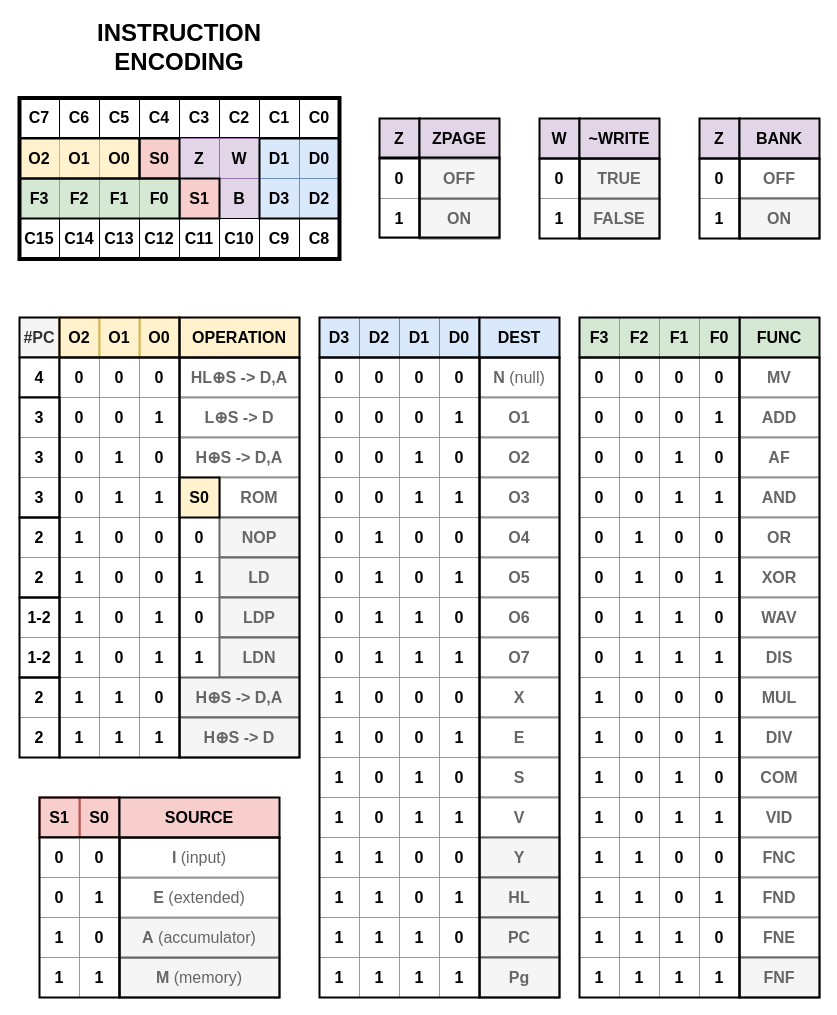
Above: docs/instructions.drawio in ajhewitt/novasaur (draw.io), before the change. Source tidied: cells renumbered, new cells numbered last; positions are measured from the earlier drawing's top-left corner, leaving out a move shared by most shapes. Both pictures are drawn from the tidied source at 100%, with x=0, y=0 at pixel (19, 17).
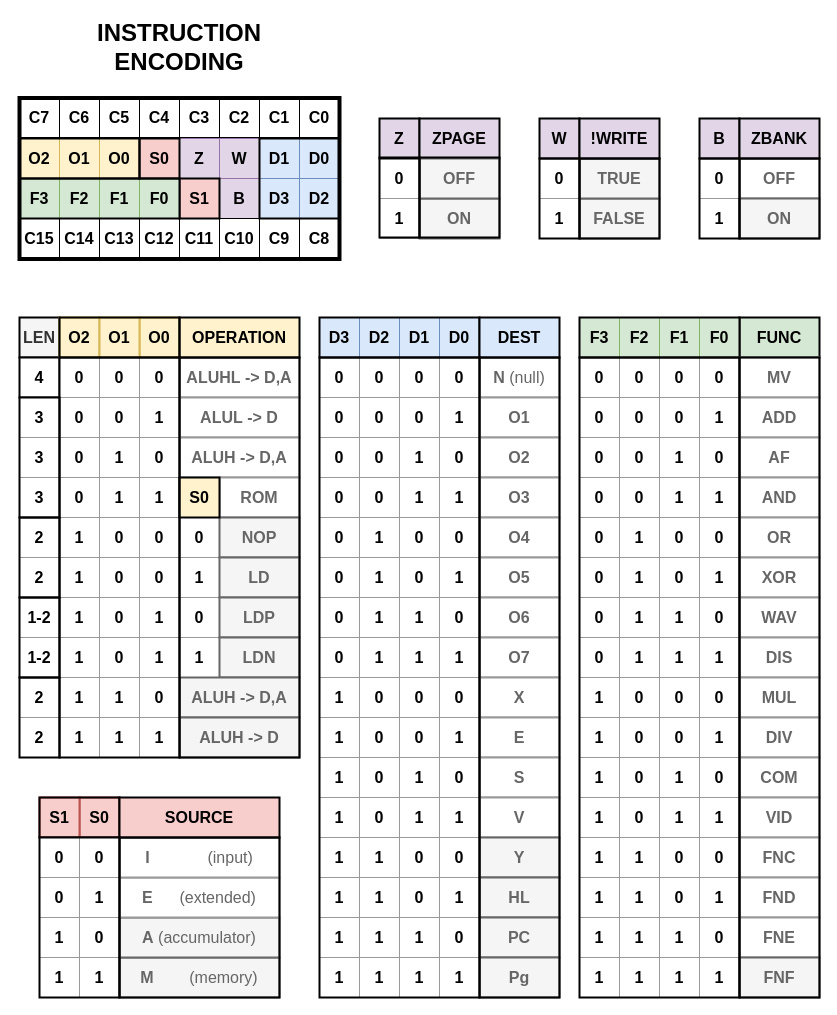
Above is the later version.

The edit, as a diff of the source:
```diff
@@
-    <mxCell id="2" value="&lt;font style=&quot;font-size: 16px&quot;&gt;&lt;b&gt;#PC&lt;br&gt;&lt;/b&gt;&lt;/font&gt;" style="whiteSpace=wrap;html=1;fillColor=#f5f5f5;strokeWidth=2;fontColor=#333333;" parent="1" vertex="1">
+    <mxCell id="2" value="&lt;font style=&quot;font-size: 16px&quot;&gt;&lt;b&gt;LEN&lt;br&gt;&lt;/b&gt;&lt;/font&gt;" style="whiteSpace=wrap;html=1;fillColor=#f5f5f5;strokeWidth=2;fontColor=#333333;" parent="1" vertex="1">
       <mxGeometry y="300" width="40" height="40" as="geometry" />
     </mxCell>
@@
-    <mxCell id="72" value="&lt;font color=&quot;#666666&quot;&gt;&lt;font style=&quot;font-size: 16px&quot;&gt;&lt;b&gt;HL&lt;/b&gt;&lt;/font&gt;&lt;font size=&quot;1&quot;&gt;&lt;b style=&quot;font-size: 16px&quot;&gt;⊕&lt;/b&gt;&lt;/font&gt;&lt;font style=&quot;font-size: 16px&quot;&gt;&lt;b&gt;S -&amp;gt; D,A&lt;/b&gt;&lt;/font&gt;&lt;/font&gt;" style="rounded=0;whiteSpace=wrap;html=1;strokeWidth=2;strokeColor=#999999;" parent="1" vertex="1">
+    <mxCell id="72" value="&lt;font color=&quot;#666666&quot;&gt;&lt;font style=&quot;font-size: 16px&quot;&gt;&lt;b&gt;ALUHL&lt;/b&gt;&lt;/font&gt;&lt;font style=&quot;font-size: 16px&quot;&gt;&lt;b&gt;&amp;nbsp;-&amp;gt; D,A&lt;/b&gt;&lt;/font&gt;&lt;/font&gt;" style="rounded=0;whiteSpace=wrap;html=1;strokeWidth=2;strokeColor=#999999;" parent="1" vertex="1">
       <mxGeometry x="160" y="340" width="120" height="40" as="geometry" />
     </mxCell>
@@
-    <mxCell id="74" value="&lt;font color=&quot;#666666&quot;&gt;&lt;b style=&quot;font-size: 16px&quot;&gt;L&lt;/b&gt;&lt;b style=&quot;font-size: 16px&quot;&gt;⊕&lt;/b&gt;&lt;b style=&quot;font-size: 16px&quot;&gt;S -&amp;gt; D&lt;/b&gt;&lt;/font&gt;" style="rounded=0;whiteSpace=wrap;html=1;strokeWidth=2;strokeColor=#999999;" parent="1" vertex="1">
+    <mxCell id="74" value="&lt;font color=&quot;#666666&quot;&gt;&lt;b style=&quot;font-size: 16px&quot;&gt;ALUL&lt;/b&gt;&lt;b style=&quot;font-size: 16px&quot;&gt;&amp;nbsp;-&amp;gt; D&lt;/b&gt;&lt;/font&gt;" style="rounded=0;whiteSpace=wrap;html=1;strokeWidth=2;strokeColor=#999999;" parent="1" vertex="1">
       <mxGeometry x="160" y="380" width="120" height="40" as="geometry" />
     </mxCell>
-    <mxCell id="75" value="&lt;font color=&quot;#666666&quot;&gt;&lt;span style=&quot;font-size: 16px&quot;&gt;&lt;b&gt;H&lt;/b&gt;&lt;/span&gt;&lt;b style=&quot;font-size: 16px&quot;&gt;⊕&lt;/b&gt;&lt;span style=&quot;font-size: 16px&quot;&gt;&lt;b&gt;S -&amp;gt; D,A&lt;/b&gt;&lt;/span&gt;&lt;/font&gt;" style="rounded=0;whiteSpace=wrap;html=1;strokeWidth=2;strokeColor=#999999;" parent="1" vertex="1">
+    <mxCell id="75" value="&lt;b style=&quot;border-color: var(--border-color); color: rgb(102, 102, 102); font-size: 16px;&quot;&gt;ALU&lt;/b&gt;&lt;font color=&quot;#666666&quot;&gt;&lt;span style=&quot;font-size: 16px&quot;&gt;&lt;b&gt;H&lt;/b&gt;&lt;/span&gt;&lt;span style=&quot;font-size: 16px&quot;&gt;&lt;b&gt;&amp;nbsp;-&amp;gt; D,A&lt;/b&gt;&lt;/span&gt;&lt;/font&gt;" style="rounded=0;whiteSpace=wrap;html=1;strokeWidth=2;strokeColor=#999999;" parent="1" vertex="1">
       <mxGeometry x="160" y="420" width="120" height="40" as="geometry" />
     </mxCell>
@@
-    <mxCell id="81" value="&lt;font color=&quot;#666666&quot;&gt;&lt;span style=&quot;font-size: 16px&quot;&gt;&lt;b&gt;H&lt;/b&gt;&lt;/span&gt;&lt;b style=&quot;font-size: 16px&quot;&gt;⊕S -&amp;gt; D,A&lt;/b&gt;&lt;/font&gt;" style="rounded=0;whiteSpace=wrap;html=1;strokeWidth=2;strokeColor=#666666;fillColor=#f5f5f5;fontColor=#333333;" parent="1" vertex="1">
+    <mxCell id="81" value="&lt;b style=&quot;border-color: var(--border-color); color: rgb(102, 102, 102); font-size: 16px;&quot;&gt;ALUH&lt;/b&gt;&lt;font color=&quot;#666666&quot;&gt;&lt;b style=&quot;font-size: 16px&quot;&gt;&amp;nbsp;-&amp;gt; D,A&lt;/b&gt;&lt;/font&gt;" style="rounded=0;whiteSpace=wrap;html=1;strokeWidth=2;strokeColor=#666666;fillColor=#f5f5f5;fontColor=#333333;" parent="1" vertex="1">
       <mxGeometry x="160" y="660" width="120" height="40" as="geometry" />
     </mxCell>
-    <mxCell id="82" value="&lt;font color=&quot;#666666&quot;&gt;&lt;span style=&quot;font-size: 16px&quot;&gt;&lt;b&gt;H&lt;/b&gt;&lt;/span&gt;&lt;b style=&quot;font-size: 16px&quot;&gt;⊕S -&amp;gt; D&lt;/b&gt;&lt;/font&gt;" style="rounded=0;whiteSpace=wrap;html=1;strokeWidth=2;strokeColor=#666666;fillColor=#f5f5f5;fontColor=#333333;" parent="1" vertex="1">
+    <mxCell id="82" value="&lt;b style=&quot;border-color: var(--border-color); color: rgb(102, 102, 102); font-size: 16px;&quot;&gt;ALU&lt;/b&gt;&lt;font color=&quot;#666666&quot;&gt;&lt;span style=&quot;font-size: 16px&quot;&gt;&lt;b&gt;H&lt;/b&gt;&lt;/span&gt;&lt;b style=&quot;font-size: 16px&quot;&gt;&amp;nbsp;-&amp;gt; D&lt;/b&gt;&lt;/font&gt;" style="rounded=0;whiteSpace=wrap;html=1;strokeWidth=2;strokeColor=#666666;fillColor=#f5f5f5;fontColor=#333333;" parent="1" vertex="1">
       <mxGeometry x="160" y="700" width="120" height="40" as="geometry" />
     </mxCell>
@@
-    <mxCell id="116" value="&lt;font color=&quot;#666666&quot;&gt;&lt;span style=&quot;font-size: 16px&quot;&gt;&lt;b&gt;M&lt;/b&gt;&amp;nbsp;(memory)&lt;/span&gt;&lt;/font&gt;" style="rounded=0;whiteSpace=wrap;html=1;strokeWidth=2;strokeColor=#666666;fillColor=#f5f5f5;fontColor=#333333;" parent="1" vertex="1">
+    <mxCell id="116" value="&lt;font color=&quot;#666666&quot;&gt;&lt;span style=&quot;font-size: 16px&quot;&gt;&lt;b&gt;M&lt;/b&gt;&amp;nbsp; &amp;nbsp; &amp;nbsp; &amp;nbsp; (memory)&lt;/span&gt;&lt;/font&gt;" style="rounded=0;whiteSpace=wrap;html=1;strokeWidth=2;strokeColor=#666666;fillColor=#f5f5f5;fontColor=#333333;align=center;" parent="1" vertex="1">
       <mxGeometry x="100" y="940" width="160" height="40" as="geometry" />
     </mxCell>
@@
-    <mxCell id="118" value="&lt;font color=&quot;#666666&quot;&gt;&lt;span style=&quot;font-size: 16px&quot;&gt;&lt;b&gt;E&lt;/b&gt;&amp;nbsp;(extended)&lt;/span&gt;&lt;/font&gt;" style="rounded=0;whiteSpace=wrap;html=1;strokeWidth=2;strokeColor=#999999;" parent="1" vertex="1">
+    <mxCell id="118" value="&lt;font color=&quot;#666666&quot;&gt;&lt;span style=&quot;font-size: 16px&quot;&gt;&lt;b&gt;E&lt;/b&gt;&amp;nbsp; &amp;nbsp; &amp;nbsp; (extended)&lt;/span&gt;&lt;/font&gt;" style="rounded=0;whiteSpace=wrap;html=1;strokeWidth=2;strokeColor=#999999;" parent="1" vertex="1">
       <mxGeometry x="100" y="860" width="160" height="40" as="geometry" />
     </mxCell>
-    <mxCell id="119" value="&lt;font color=&quot;#666666&quot;&gt;&lt;span style=&quot;font-size: 16px&quot;&gt;&lt;b&gt;I&lt;/b&gt;&amp;nbsp;(input)&lt;/span&gt;&lt;/font&gt;" style="rounded=0;whiteSpace=wrap;html=1;strokeWidth=2;strokeColor=#999999;" parent="1" vertex="1">
+    <mxCell id="119" value="&lt;font color=&quot;#666666&quot;&gt;&lt;span style=&quot;font-size: 16px&quot;&gt;&lt;b&gt;I&lt;/b&gt;&amp;nbsp; &amp;nbsp; &amp;nbsp; &amp;nbsp; &amp;nbsp; &amp;nbsp; &amp;nbsp;(input)&lt;/span&gt;&lt;/font&gt;" style="rounded=0;whiteSpace=wrap;html=1;strokeWidth=2;strokeColor=#999999;" parent="1" vertex="1">
       <mxGeometry x="100" y="820" width="160" height="40" as="geometry" />
     </mxCell>
@@
-    <mxCell id="310" value="&lt;font style=&quot;font-size: 16px&quot;&gt;&lt;b&gt;Z&lt;/b&gt;&lt;/font&gt;" style="whiteSpace=wrap;html=1;fillColor=#e1d5e7;strokeWidth=2;" parent="1" vertex="1">
+    <mxCell id="310" value="&lt;font style=&quot;font-size: 16px&quot;&gt;&lt;b&gt;B&lt;/b&gt;&lt;/font&gt;" style="whiteSpace=wrap;html=1;fillColor=#e1d5e7;strokeWidth=2;" parent="1" vertex="1">
       <mxGeometry x="680" y="101" width="40" height="40" as="geometry" />
     </mxCell>
@@
-    <mxCell id="312" value="&lt;b&gt;&lt;font style=&quot;font-size: 16px&quot;&gt;~WRITE&lt;/font&gt;&lt;/b&gt;" style="rounded=0;whiteSpace=wrap;html=1;fillColor=#e1d5e7;strokeWidth=2;" parent="1" vertex="1">
+    <mxCell id="312" value="&lt;b&gt;&lt;font style=&quot;font-size: 16px&quot;&gt;!WRITE&lt;/font&gt;&lt;/b&gt;" style="rounded=0;whiteSpace=wrap;html=1;fillColor=#e1d5e7;strokeWidth=2;" parent="1" vertex="1">
       <mxGeometry x="560" y="101" width="80" height="40" as="geometry" />
     </mxCell>
-    <mxCell id="313" value="&lt;span style=&quot;font-size: 16px&quot;&gt;&lt;b&gt;BANK&lt;/b&gt;&lt;/span&gt;" style="rounded=0;whiteSpace=wrap;html=1;fillColor=#e1d5e7;strokeWidth=2;" parent="1" vertex="1">
+    <mxCell id="313" value="&lt;span style=&quot;font-size: 16px&quot;&gt;&lt;b&gt;ZBANK&lt;/b&gt;&lt;/span&gt;" style="rounded=0;whiteSpace=wrap;html=1;fillColor=#e1d5e7;strokeWidth=2;" parent="1" vertex="1">
       <mxGeometry x="720" y="101" width="80" height="40" as="geometry" />
     </mxCell>
```
